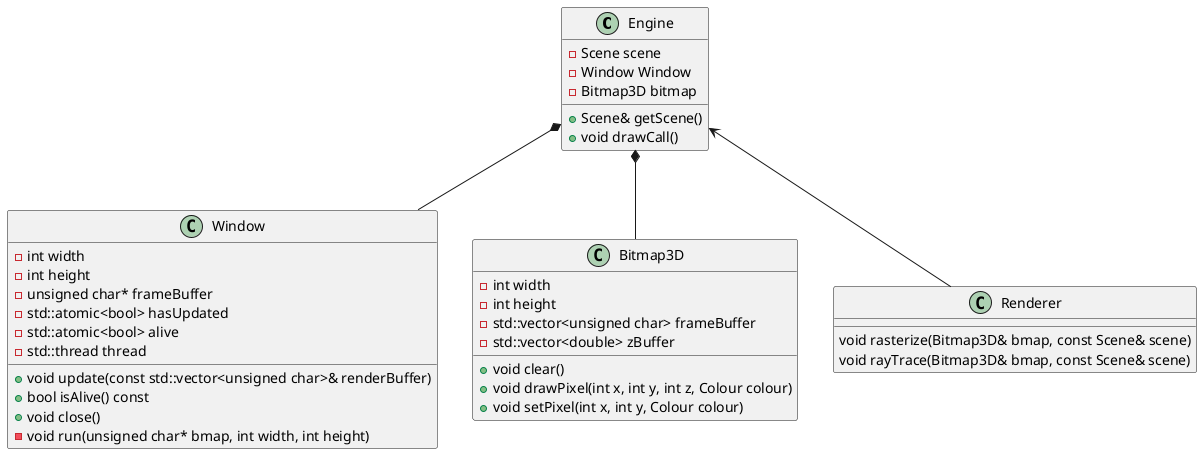
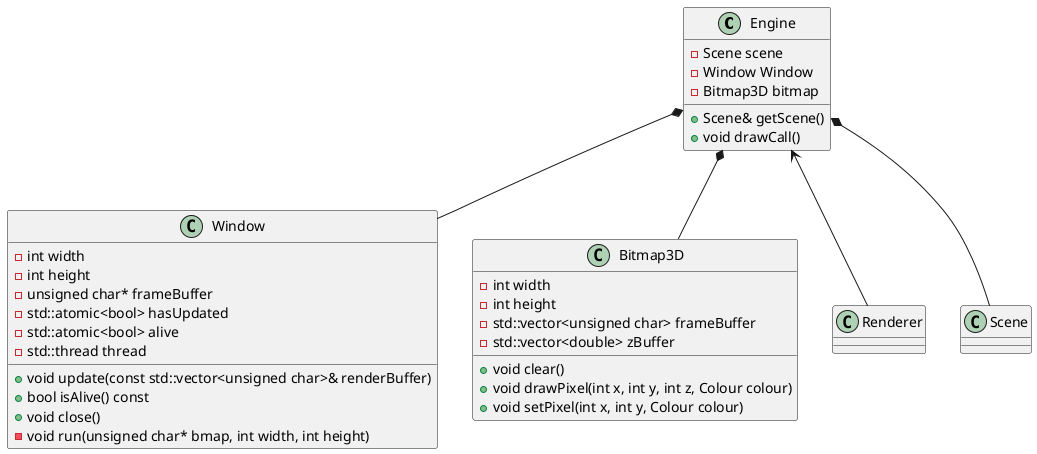
'mostly designed at specification level (some implementation, but none conceptual)

'========================================== MAIN ==========================================

@startuml main

class Engine {
    -Scene scene
    -Window Window
    -Bitmap3D bitmap
    +Scene& getScene()
    +void drawCall()
}
class Window {
    -int width
    -int height
    -unsigned char* frameBuffer
    -std::atomic<bool> hasUpdated
    -std::atomic<bool> alive
    -std::thread thread
    +void update(const std::vector<unsigned char>& renderBuffer)
    +bool isAlive() const
    +void close()
    -void run(unsigned char* bmap, int width, int height)
}
class Bitmap3D {
    -int width
    -int height
    -std::vector<unsigned char> frameBuffer
    -std::vector<double> zBuffer
    +void clear()
    +void drawPixel(int x, int y, int z, Colour colour)
    +void setPixel(int x, int y, Colour colour)
}
- class Renderer {
-     void rasterize(Bitmap3D& bmap, const Scene& scene)
-     void rayTrace(Bitmap3D& bmap, const Scene& scene)
- }

Engine *-- Window
Engine *-- Bitmap3D
Engine <-- Renderer
+ Engine *-- Scene

@enduml

'========================================== Renderers ==========================================

@startuml renderer

class Renderer {
    void rasterize(Bitmap3D& bmap, const Scene& scene)
    void rayTrace(Bitmap3D& bmap, const Scene& scene)
}
struct Ray {
    +Vector origin
    +Vector direction
}
struct HitRecord {
    +Colour c0, c1, c2
    +Vector n0, n1, n2
    +Vector v0, v1, v2

    +Material mat
    +double u, v, t
}
struct Triangle {
    +Vertex v1, v2, v3
    +Aabb boundingBox
}
struct Vertex {
    +Vector position
    +Colour colour
    +Vector normal
}

class BvhNode {
    -Aabb boundingBox
    -BvhNode* left = mullptr
    -BvhNode* right = mullptr
    -std::vector<Triangle> triangles
    +void intersect(const Ray& ray, std::vector<Triangle>& triangles) const
}
class BvhTree {
    -BvhNode* root
    +BvhTree(std::vector<Triangle>& triangles)
    +HitRecord intersect(const Ray& ray) const
}
struct Aabb {
    +Vector min
    +Vector max

    +void grow(Vector v)
    +bool intersect(const Ray& ray) const
}

BvhTree *-- BvhNode
BvhNode o-- Aabb

Renderer <-- Ray
Renderer <-- HitRecord
Renderer <-- Triangle
Renderer <-- Vertex

@enduml

'========================================== SCENE ==========================================
@startuml scene

class Scene {
    -std::vector<Mesh*> objects
    -std::vector<PointLight> lights
    -Camera camera
    +Mesh* addObject(Mesh* mesh)
    +void toCameraSpace()
    +void toViewportSpace()
    +void intersect(const Ray& ray, HitRecord* record) const
    +void cleanup()
}
class Mesh {
    -IndexBuffer indexBuffer
    -VertexBuffer vertexBuffer
    -BvhTree* tree

    -Matrix scale, translation, rotation
    -Material material

    +void toWorldSpace()
    +void applyAffineTransform(Matrix matrix)
    +void applyTransform(Matrix matrix)

    +void reset()
    +void createBvhTree()

    +HitRecord intersect(const Ray& ray) const

    +void clip()
}
struct Camera {
    +Vector position;
    +Vector direction;
    +Vector up;

    +double apperatureWidth;
    +double apperatureHeight;

    +double fieldOfView;

    +double nearFocalDistance;
    +double farFocalDistance;

    +int screenWidth;
    +int screenHeight;

    +Matrix tranformationMatrix() const;
    +Matrix projectionMatrix() const;
    +Matrix viewportMatrix() const;
}
abstract class Material {
    Colour visit(Material mat, Vector in, Vector out, Vector normal, Vector colour)
}
class DisneyBSDF {
    +double roughness
    +double subsurface
    +double sheen
    +double sheenTint
    +double anisotropic
    +double metallic
    +double specular
    +double specularTransmission
    +double specularTint
    +double clearcoat
    +double clearcoatGloss
    +double eta
}

Material <|-- DisneyBSDF
Scene o-- Mesh
Scene o-- Camera

@enduml

'========================================== UTILITY ==========================================

@startuml utility

namespace util {
    class Matrix {
        -Vector data[4]
        -int rows
        -int columns

        +Matrix operator*(const Matrix& other) const;
        +Vector operator*(const Vector& other) const;

        +static Matrix translate(double x, double y, double z);
        +static Matrix scale(double x, double y, double z);
        +static Matrix identity(int size);

        +static Matrix rotation(double roll, double pitch, double yaw);
        +static Matrix roll(double radians);
        +static Matrix pitch(double radians);
        +static Matrix yaw(double radians);

        +static Matrix orthographic(double n, double f, double t, double r);
        +static Matrix perspective(double n, double f, double t, double r, double fov);
        +static Matrix changeOfBasis(const Vector& pos, const Vector& dir, const Vector& up);
    }
    class Vector {
        -double data[4];
        -int length;

        +Vector operator+-*/(double other) const
        +Vector operator+-*/(const Vector& other) const

        +Vector normalise()

        +static Vector crossProduct(const Vector& lhs, const Vector& rhs)
        +static double dotProduct(const Vector& lhs, const Vector& rhs)
        +static Vector unitNormal(const Vector& lhs, const Vector& rhs)
        +static double cosAngle(const Vector& lhs, const Vector& rhs)
    }
    class Colour {
        Colour operator+-*/(const Colour& other) const;
        Colour operator+-*/(double other) const;

        static Colour red(), green(), blue(), cyan(), magenta(), yellow();
    }
}

@enduml